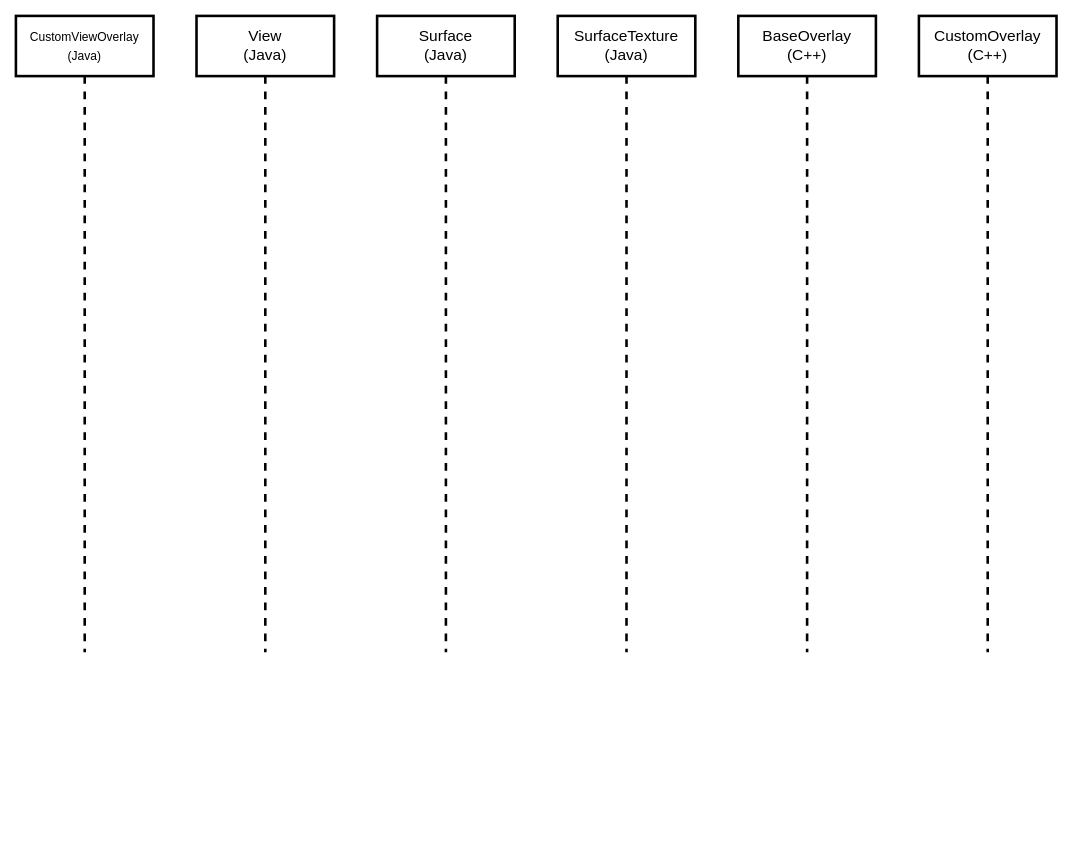
The draw.io diagram page "第 8 页" (8 of 8) of extrodianry-map.drawio in wangziji/graphics, before the edit. Source tidied: cells renumbered, new cells numbered last; positions are measured from the earlier drawing's top-left corner, leaving out a move shared by most shapes. Both pictures are drawn from the tidied source at 86%, with x=0, y=0 at pixel (15, 15).
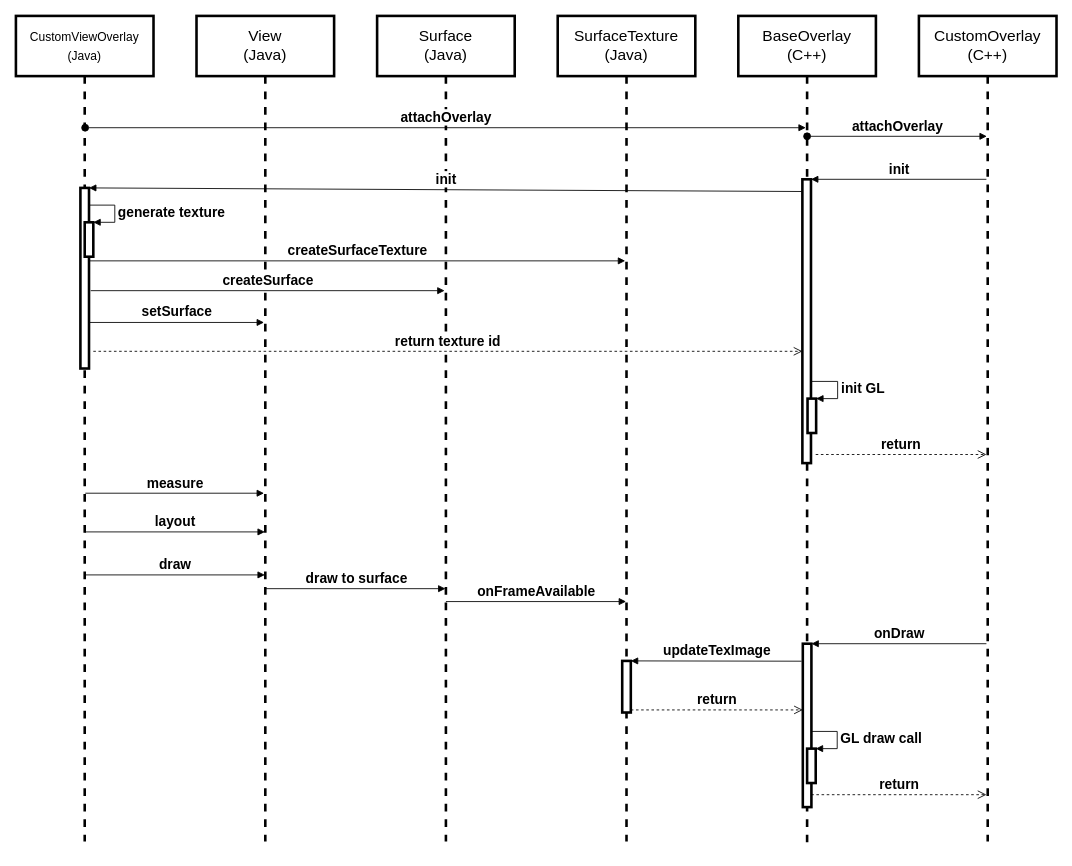
After the change.

What changed in the source:
```diff
@@
     <mxCell id="2" value="&lt;font style=&quot;font-size: 14px;&quot;&gt;CustomViewOverlay&lt;br&gt;(Java)&lt;/font&gt;" style="shape=umlLifeline;perimeter=lifelinePerimeter;whiteSpace=wrap;html=1;outlineConnect=0;fontFamily=腾讯体;fontSize=18;strokeWidth=3;size=70;" parent="1" vertex="1">
-      <mxGeometry width="160" height="740" as="geometry" />
+      <mxGeometry width="160" height="960" as="geometry" />
     </mxCell>
+    <mxCell id="8" style="html=1;points=[];perimeter=orthogonalPerimeter;strokeWidth=3;fontFamily=腾讯体;fontSize=16;fontStyle=1;" parent="2" vertex="1">
+      <mxGeometry x="75" y="200" width="10" height="210" as="geometry" />
+    </mxCell>
+    <mxCell id="9" style="html=1;points=[];perimeter=orthogonalPerimeter;strokeWidth=3;fontFamily=腾讯体;fontSize=16;fontStyle=1;" parent="2" vertex="1">
+      <mxGeometry x="80" y="240" width="10" height="40" as="geometry" />
+    </mxCell>
+    <mxCell id="10" value="generate texture" style="edgeStyle=orthogonalEdgeStyle;html=1;align=left;spacingLeft=2;endArrow=block;rounded=0;entryX=1;entryY=0;fontFamily=腾讯体;fontSize=16;fontStyle=1;" parent="2" edge="1" target="9">
+      <mxGeometry relative="1" as="geometry">
+        <mxPoint x="85" y="220" as="sourcePoint" />
+        <Array as="points">
+          <mxPoint x="115" y="220" />
+        </Array>
+      </mxGeometry>
+    </mxCell>
     <mxCell id="3" value="View&lt;br&gt;(Java)" style="shape=umlLifeline;perimeter=lifelinePerimeter;whiteSpace=wrap;html=1;outlineConnect=0;fontFamily=腾讯体;fontSize=18;strokeWidth=3;size=70;" parent="1" vertex="1">
-      <mxGeometry x="210" width="160" height="740" as="geometry" />
+      <mxGeometry x="210" width="160" height="960" as="geometry" />
     </mxCell>
+    <mxCell id="11" value="layout" style="html=1;verticalAlign=bottom;endArrow=block;rounded=0;fontFamily=腾讯体;fontSize=16;exitX=0.494;exitY=0.448;exitDx=0;exitDy=0;exitPerimeter=0;fontStyle=1;" parent="3" edge="1">
+      <mxGeometry relative="1" as="geometry">
+        <mxPoint x="-130" y="600" as="sourcePoint" />
+        <mxPoint x="79.5" y="600" as="targetPoint" />
+      </mxGeometry>
+    </mxCell>
+    <mxCell id="12" value="draw" style="html=1;verticalAlign=bottom;endArrow=block;rounded=0;fontFamily=腾讯体;fontSize=16;exitX=0.494;exitY=0.448;exitDx=0;exitDy=0;exitPerimeter=0;fontStyle=1;" parent="3" edge="1">
+      <mxGeometry relative="1" as="geometry">
+        <mxPoint x="-130" y="650" as="sourcePoint" />
+        <mxPoint x="79.5" y="650" as="targetPoint" />
+      </mxGeometry>
+    </mxCell>
     <mxCell id="4" value="Surface&lt;br&gt;(Java)" style="shape=umlLifeline;perimeter=lifelinePerimeter;whiteSpace=wrap;html=1;outlineConnect=0;fontFamily=腾讯体;fontSize=18;strokeWidth=3;size=70;" parent="1" vertex="1">
-      <mxGeometry x="420" width="160" height="740" as="geometry" />
+      <mxGeometry x="420" width="160" height="960" as="geometry" />
     </mxCell>
+    <mxCell id="13" value="draw to surface" style="html=1;verticalAlign=bottom;endArrow=block;rounded=0;fontFamily=腾讯体;fontSize=16;fontStyle=1;" parent="4" edge="1">
+      <mxGeometry relative="1" as="geometry">
+        <mxPoint x="-129.5" y="666" as="sourcePoint" />
+        <mxPoint x="79.5" y="666" as="targetPoint" />
+      </mxGeometry>
+    </mxCell>
     <mxCell id="5" value="SurfaceTexture&lt;br&gt;(Java)" style="shape=umlLifeline;perimeter=lifelinePerimeter;whiteSpace=wrap;html=1;outlineConnect=0;fontFamily=腾讯体;fontSize=18;strokeWidth=3;size=70;" parent="1" vertex="1">
-      <mxGeometry x="630" width="160" height="740" as="geometry" />
+      <mxGeometry x="630" width="160" height="960" as="geometry" />
     </mxCell>
+    <mxCell id="14" value="onFrameAvailable" style="html=1;verticalAlign=bottom;endArrow=block;rounded=0;fontFamily=腾讯体;fontSize=16;exitX=0.494;exitY=0.448;exitDx=0;exitDy=0;exitPerimeter=0;fontStyle=1;" parent="5" edge="1">
+      <mxGeometry relative="1" as="geometry">
+        <mxPoint x="-130" y="681" as="sourcePoint" />
+        <mxPoint x="79.5" y="681" as="targetPoint" />
+      </mxGeometry>
+    </mxCell>
+    <mxCell id="15" style="html=1;points=[];perimeter=orthogonalPerimeter;strokeWidth=3;fontFamily=腾讯体;fontSize=16;fontStyle=1;" parent="5" vertex="1">
+      <mxGeometry x="75" y="750" width="10" height="60" as="geometry" />
+    </mxCell>
     <mxCell id="6" value="BaseOverlay&lt;br&gt;(C++)" style="shape=umlLifeline;perimeter=lifelinePerimeter;whiteSpace=wrap;html=1;outlineConnect=0;fontFamily=腾讯体;fontSize=18;strokeWidth=3;size=70;" parent="1" vertex="1">
-      <mxGeometry x="840" width="160" height="740" as="geometry" />
+      <mxGeometry x="840" width="160" height="970" as="geometry" />
     </mxCell>
+    <mxCell id="16" value="attachOverlay" style="html=1;verticalAlign=bottom;startArrow=oval;endArrow=block;startSize=8;rounded=0;fontFamily=腾讯体;fontSize=16;fontStyle=1;" parent="6" edge="1">
+      <mxGeometry relative="1" as="geometry">
+        <mxPoint x="80" y="140" as="sourcePoint" />
+        <mxPoint x="289" y="140" as="targetPoint" />
+      </mxGeometry>
+    </mxCell>
+    <mxCell id="17" style="html=1;points=[];perimeter=orthogonalPerimeter;strokeWidth=3;fontFamily=腾讯体;fontSize=16;fontStyle=1;" parent="6" vertex="1">
+      <mxGeometry x="74.5" y="190" width="10" height="330" as="geometry" />
+    </mxCell>
+    <mxCell id="18" style="html=1;points=[];perimeter=orthogonalPerimeter;strokeWidth=3;fontFamily=腾讯体;fontSize=16;fontStyle=1;" parent="6" vertex="1">
+      <mxGeometry x="80.5" y="445" width="10" height="40" as="geometry" />
+    </mxCell>
+    <mxCell id="19" value="init GL" style="edgeStyle=orthogonalEdgeStyle;html=1;align=left;spacingLeft=2;endArrow=block;rounded=0;entryX=1;entryY=0;fontFamily=腾讯体;fontSize=16;fontStyle=1;" parent="6" edge="1" target="18">
+      <mxGeometry relative="1" as="geometry">
+        <mxPoint x="85.5" y="425" as="sourcePoint" />
+        <Array as="points">
+          <mxPoint x="115.5" y="425" />
+        </Array>
+      </mxGeometry>
+    </mxCell>
+    <mxCell id="20" style="html=1;points=[];perimeter=orthogonalPerimeter;strokeWidth=3;fontFamily=腾讯体;fontSize=16;fontStyle=1;" parent="6" vertex="1">
+      <mxGeometry x="75" y="730" width="10" height="190" as="geometry" />
+    </mxCell>
+    <mxCell id="21" style="html=1;points=[];perimeter=orthogonalPerimeter;strokeWidth=3;fontFamily=腾讯体;fontSize=16;fontStyle=1;" parent="6" vertex="1">
+      <mxGeometry x="80" y="852" width="10" height="40" as="geometry" />
+    </mxCell>
+    <mxCell id="22" value="GL draw call" style="edgeStyle=orthogonalEdgeStyle;html=1;align=left;spacingLeft=2;endArrow=block;rounded=0;entryX=1;entryY=0;fontFamily=腾讯体;fontSize=16;fontStyle=1;" parent="6" edge="1" target="21">
+      <mxGeometry relative="1" as="geometry">
+        <mxPoint x="85" y="832" as="sourcePoint" />
+        <Array as="points">
+          <mxPoint x="115" y="832" />
+        </Array>
+      </mxGeometry>
+    </mxCell>
     <mxCell id="7" value="CustomOverlay&lt;br&gt;(C++)" style="shape=umlLifeline;perimeter=lifelinePerimeter;whiteSpace=wrap;html=1;outlineConnect=0;fontFamily=腾讯体;fontSize=18;strokeWidth=3;size=70;" parent="1" vertex="1">
-      <mxGeometry x="1050" width="160" height="740" as="geometry" />
+      <mxGeometry x="1050" width="160" height="960" as="geometry" />
     </mxCell>
+    <mxCell id="23" value="attachOverlay" style="html=1;verticalAlign=bottom;startArrow=oval;endArrow=block;startSize=8;rounded=0;fontFamily=腾讯体;fontSize=16;fontStyle=1;" parent="1" edge="1" source="2" target="6">
+      <mxGeometry relative="1" as="geometry">
+        <Array as="points">
+          <mxPoint x="500" y="130" />
+        </Array>
+      </mxGeometry>
+    </mxCell>
+    <mxCell id="24" value="init" style="html=1;verticalAlign=bottom;endArrow=block;entryX=1;entryY=0;rounded=0;fontFamily=腾讯体;fontSize=16;fontStyle=1;" parent="1" edge="1" source="7" target="17">
+      <mxGeometry relative="1" as="geometry" />
+    </mxCell>
+    <mxCell id="25" value="return" style="html=1;verticalAlign=bottom;endArrow=open;dashed=1;endSize=8;rounded=0;fontFamily=腾讯体;fontSize=16;fontStyle=1;" parent="1" edge="1" target="7">
+      <mxGeometry relative="1" as="geometry">
+        <mxPoint x="930" y="510" as="sourcePoint" />
+      </mxGeometry>
+    </mxCell>
+    <mxCell id="26" value="init" style="html=1;verticalAlign=bottom;endArrow=block;entryX=1;entryY=0;rounded=0;fontFamily=腾讯体;fontSize=16;exitX=0.003;exitY=0.043;exitDx=0;exitDy=0;exitPerimeter=0;fontStyle=1;" parent="1" edge="1" source="17" target="8">
+      <mxGeometry relative="1" as="geometry" />
+    </mxCell>
+    <mxCell id="27" value="return texture id" style="html=1;verticalAlign=bottom;endArrow=open;dashed=1;endSize=8;rounded=0;fontFamily=腾讯体;fontSize=16;fontStyle=1;" parent="1" edge="1" target="17">
+      <mxGeometry relative="1" as="geometry">
+        <mxPoint x="90" y="390" as="sourcePoint" />
+      </mxGeometry>
+    </mxCell>
+    <mxCell id="28" value="createSurfaceTexture" style="html=1;verticalAlign=bottom;endArrow=block;rounded=0;fontFamily=腾讯体;fontSize=16;exitX=1.06;exitY=0.404;exitDx=0;exitDy=0;exitPerimeter=0;fontStyle=1;" parent="1" edge="1" source="8" target="5">
+      <mxGeometry relative="1" as="geometry" />
+    </mxCell>
+    <mxCell id="29" value="createSurface" style="html=1;verticalAlign=bottom;endArrow=block;rounded=0;fontFamily=腾讯体;fontSize=16;exitX=1.2;exitY=0.569;exitDx=0;exitDy=0;exitPerimeter=0;fontStyle=1;" parent="1" edge="1" source="8" target="4">
+      <mxGeometry relative="1" as="geometry" />
+    </mxCell>
+    <mxCell id="30" value="setSurface" style="html=1;verticalAlign=bottom;endArrow=block;rounded=0;fontFamily=腾讯体;fontSize=16;exitX=1.1;exitY=0.745;exitDx=0;exitDy=0;exitPerimeter=0;fontStyle=1;" parent="1" edge="1" source="8" target="3">
+      <mxGeometry relative="1" as="geometry" />
+    </mxCell>
+    <mxCell id="31" value="measure" style="html=1;verticalAlign=bottom;endArrow=block;rounded=0;fontFamily=腾讯体;fontSize=16;fontStyle=1;" parent="1" edge="1">
+      <mxGeometry relative="1" as="geometry">
+        <mxPoint x="80.7" y="555" as="sourcePoint" />
+        <mxPoint x="288.5" y="555" as="targetPoint" />
+      </mxGeometry>
+    </mxCell>
+    <mxCell id="32" value="onDraw" style="html=1;verticalAlign=bottom;endArrow=block;entryX=1;entryY=0;rounded=0;fontFamily=腾讯体;fontSize=16;fontStyle=1;" parent="1" edge="1" source="7" target="20">
+      <mxGeometry relative="1" as="geometry" />
+    </mxCell>
+    <mxCell id="33" value="return" style="html=1;verticalAlign=bottom;endArrow=open;dashed=1;endSize=8;exitX=0.98;exitY=0.924;rounded=0;fontFamily=腾讯体;fontSize=16;exitDx=0;exitDy=0;exitPerimeter=0;fontStyle=1;" parent="1" edge="1" source="20" target="7">
+      <mxGeometry relative="1" as="geometry" />
+    </mxCell>
+    <mxCell id="34" value="updateTexImage" style="html=1;verticalAlign=bottom;endArrow=block;entryX=1;entryY=0;rounded=0;fontFamily=腾讯体;fontSize=16;exitX=-0.14;exitY=0.107;exitDx=0;exitDy=0;exitPerimeter=0;fontStyle=1;" parent="1" edge="1" source="20" target="15">
+      <mxGeometry relative="1" as="geometry" />
+    </mxCell>
+    <mxCell id="35" value="return" style="html=1;verticalAlign=bottom;endArrow=open;dashed=1;endSize=8;exitX=1;exitY=0.95;rounded=0;fontFamily=腾讯体;fontSize=16;fontStyle=1;" parent="1" edge="1" source="15" target="20">
+      <mxGeometry relative="1" as="geometry" />
+    </mxCell>
```
